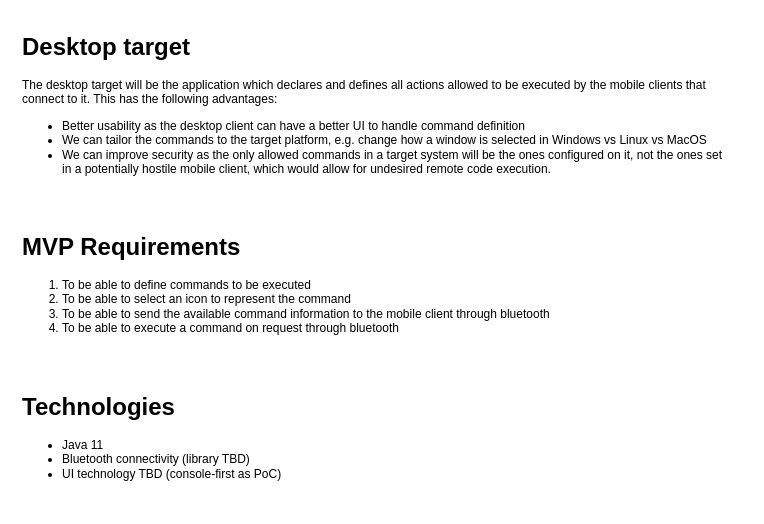
Before: page "Desktop target" (4 of 4) of DockProject(8).drawio in HaroldHormaechea/CommandCenter, a draw.io diagram. Source tidied: cells renumbered, new cells numbered last; positions are measured from the earlier drawing's top-left corner, leaving out a move shared by most shapes. Both pictures are drawn from the tidied source at 100%, with x=0, y=0 at pixel (17, 27).
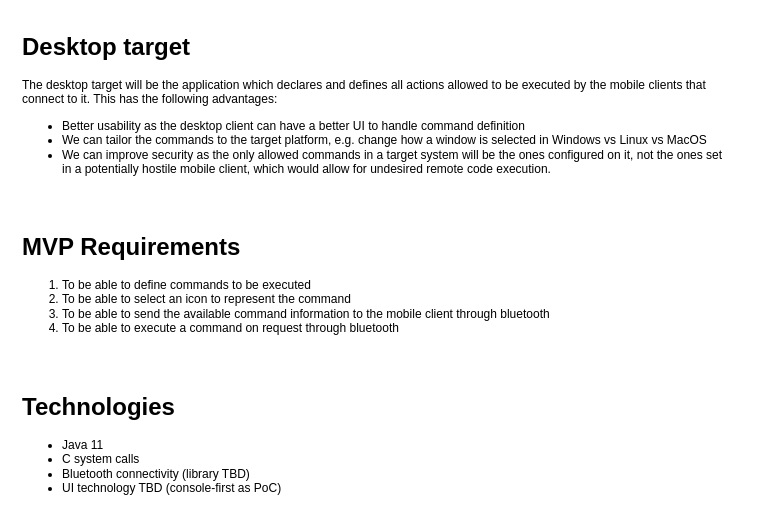
The same diagram, later.

What changed in the source:
```diff
@@
 <mxGraphModel>
   <root>
     <mxCell id="0" />
     <mxCell id="1" parent="0" />
     <mxCell id="2" value="&lt;h1&gt;Desktop target&lt;br&gt;&lt;/h1&gt;&lt;p&gt;The desktop target will be the application which declares and defines all actions allowed to be executed by the mobile clients that connect to it. This has the following advantages:&lt;/p&gt;&lt;ul&gt;&lt;li&gt;Better usability as the desktop client can have a better UI to handle command definition&lt;/li&gt;&lt;li&gt;We can tailor the commands to the target platform, e.g. change how a window is selected in Windows vs Linux vs MacOS&lt;/li&gt;&lt;li&gt;We can improve security as the only allowed commands in a target system will be the ones configured on it, not the ones set in a potentially hostile mobile client, which would allow for undesired remote code execution.&lt;br&gt;&lt;/li&gt;&lt;/ul&gt;" style="text;html=1;strokeColor=none;fillColor=none;spacing=5;spacingTop=-20;whiteSpace=wrap;overflow=hidden;rounded=0;" parent="1" vertex="1">
       <mxGeometry width="720" height="240" as="geometry" />
     </mxCell>
     <mxCell id="3" value="&lt;h1&gt;MVP Requirements&lt;br&gt;&lt;/h1&gt;&lt;ol&gt;&lt;li&gt;To be able to define commands to be executed&lt;/li&gt;&lt;li&gt;To be able to select an icon to represent the command&lt;/li&gt;&lt;li&gt;To be able to send the available command information to the mobile client through bluetooth&lt;/li&gt;&lt;li&gt;To be able to execute a command on request through bluetooth&lt;br&gt;&lt;/li&gt;&lt;/ol&gt;" style="text;html=1;strokeColor=none;fillColor=none;spacing=5;spacingTop=-20;whiteSpace=wrap;overflow=hidden;rounded=0;" parent="1" vertex="1">
       <mxGeometry y="200" width="730" height="120" as="geometry" />
     </mxCell>
-    <mxCell id="4" value="&lt;h1&gt;Technologies&lt;br&gt;&lt;/h1&gt;&lt;ul&gt;&lt;li&gt;Java 11&lt;/li&gt;&lt;li&gt;Bluetooth connectivity (library TBD)&lt;/li&gt;&lt;li&gt;UI technology TBD (console-first as PoC)&lt;br&gt;&lt;/li&gt;&lt;/ul&gt;&lt;ol&gt;&lt;/ol&gt;" style="text;html=1;strokeColor=none;fillColor=none;spacing=5;spacingTop=-20;whiteSpace=wrap;overflow=hidden;rounded=0;" parent="1" vertex="1">
+    <mxCell id="4" value="&lt;h1&gt;Technologies&lt;br&gt;&lt;/h1&gt;&lt;ul&gt;&lt;li&gt;Java 11&lt;/li&gt;&lt;li&gt;C system calls&lt;br&gt;&lt;/li&gt;&lt;li&gt;Bluetooth connectivity (library TBD)&lt;/li&gt;&lt;li&gt;UI technology TBD (console-first as PoC)&lt;br&gt;&lt;/li&gt;&lt;/ul&gt;&lt;ol&gt;&lt;/ol&gt;" style="text;html=1;strokeColor=none;fillColor=none;spacing=5;spacingTop=-20;whiteSpace=wrap;overflow=hidden;rounded=0;" parent="1" vertex="1">
       <mxGeometry y="360" width="730" height="120" as="geometry" />
     </mxCell>
   </root>
 </mxGraphModel>
```
